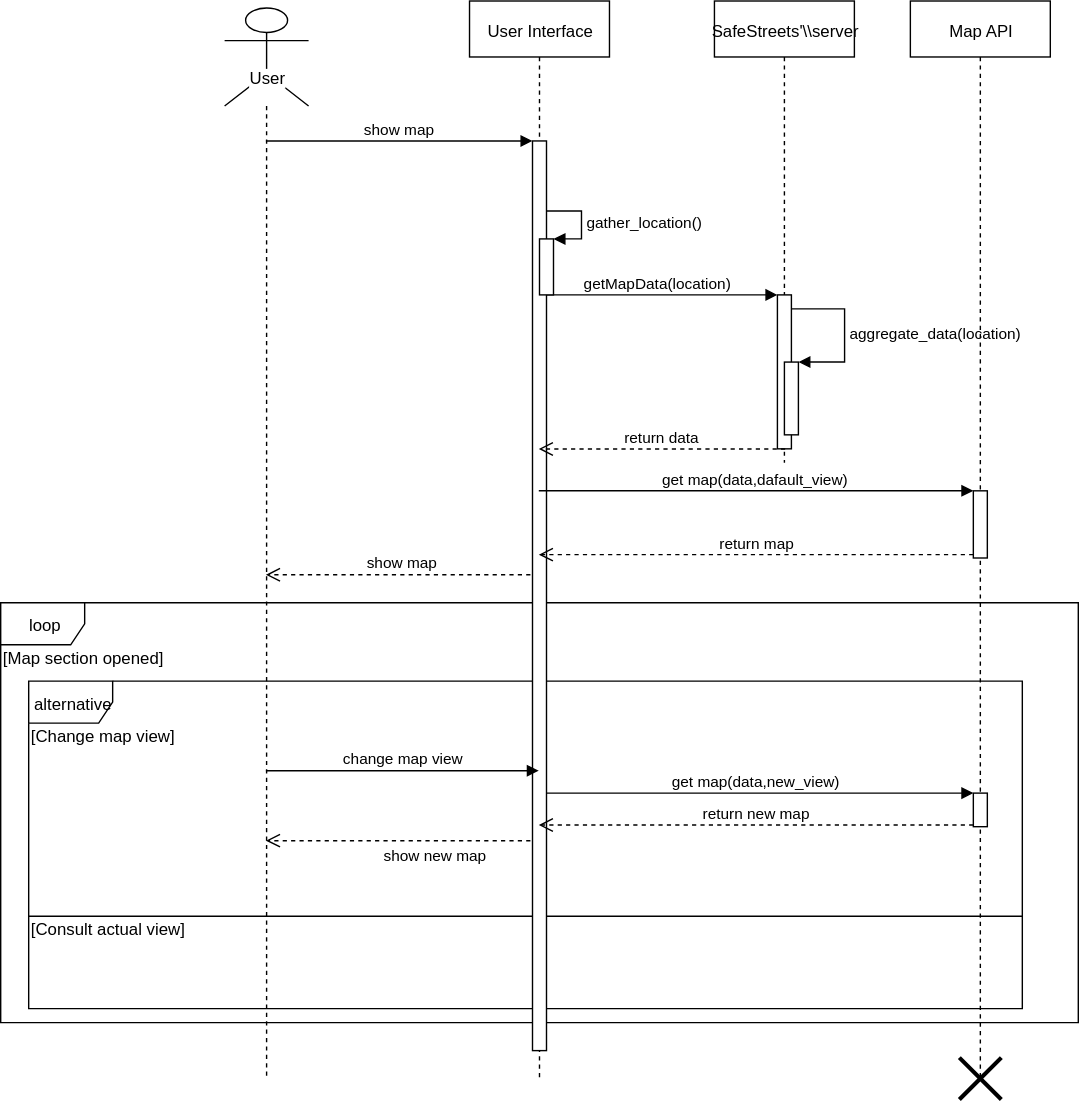
University-Projects-Secco/RahbariSecco keeps this draw.io diagram as UML/Map_statistics_sequence_diagram.svg. Above is the earlier version. Source tidied: cells renumbered, new cells last; positions are measured from the earlier drawing's top-left corner, leaving out a move shared by most shapes.
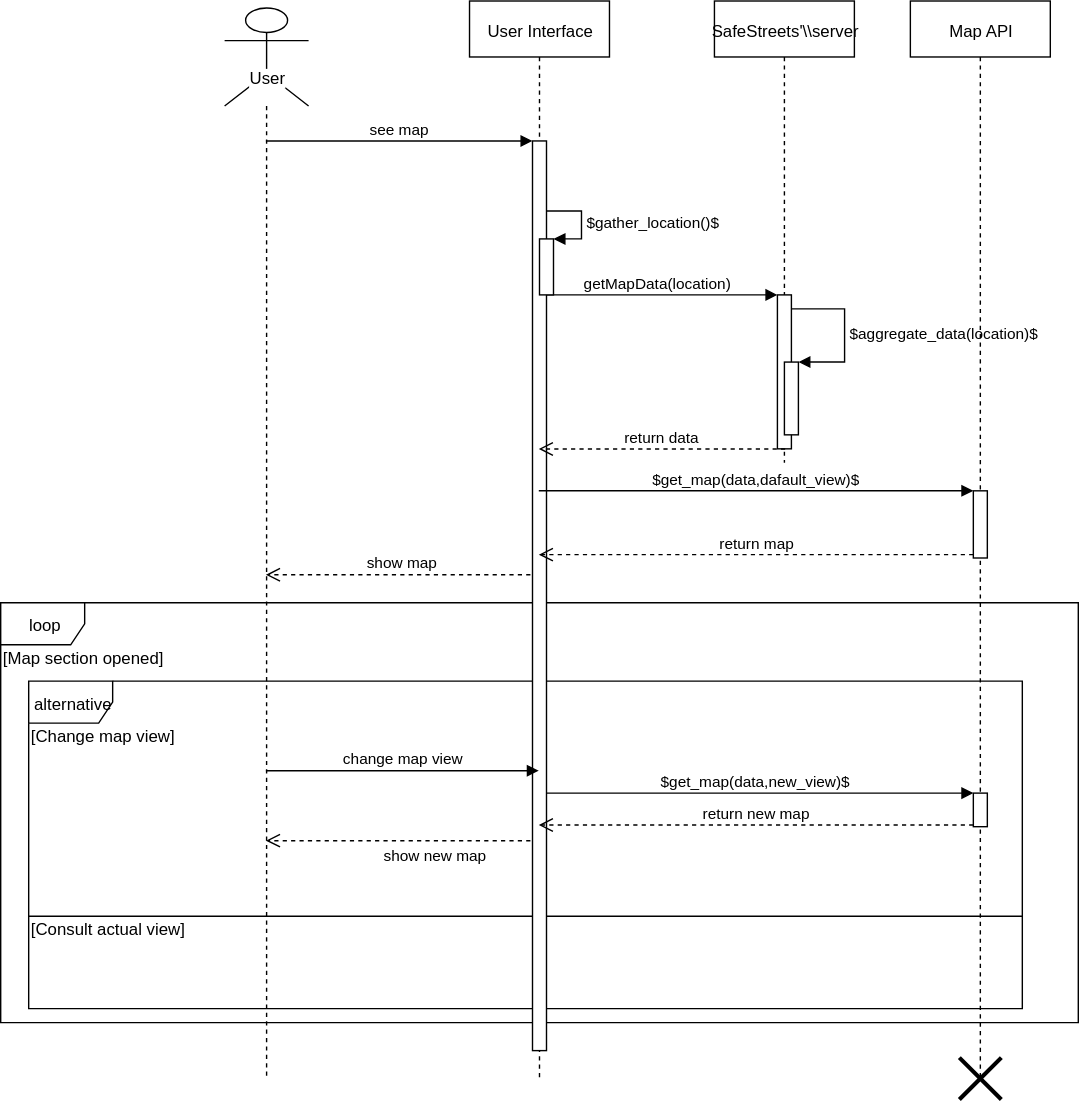
Later version of the same file.

What changed in the source:
```diff
@@ -2,7 +2,13 @@
   <root>
     <mxCell id="0" />
     <mxCell id="1" parent="0" />
+    <mxCell id="6" value="loop" style="shape=umlFrame;whiteSpace=wrap;html=1;" parent="1" vertex="1">
+      <mxGeometry y="430" width="770" height="300" as="geometry" />
+    </mxCell>
+    <mxCell id="7" value="alternative" style="shape=umlFrame;whiteSpace=wrap;html=1;" parent="1" vertex="1">
+      <mxGeometry x="20" y="486" width="710" height="234" as="geometry" />
+    </mxCell>
-    <mxCell id="2" value="get map(data,new_view)" style="html=1;verticalAlign=bottom;endArrow=block;entryX=0;entryY=0;" parent="1" edge="1" target="21">
+    <mxCell id="2" value="$get_map(data,new_view)$" style="html=1;verticalAlign=bottom;endArrow=block;entryX=0;entryY=0;" parent="1" edge="1" target="21">
       <mxGeometry relative="1" as="geometry">
         <mxPoint x="384.5" y="566" as="sourcePoint" />
       </mxGeometry>
@@ -24,19 +30,13 @@
         </Array>
       </mxGeometry>
     </mxCell>
-    <mxCell id="6" value="loop" style="shape=umlFrame;whiteSpace=wrap;html=1;" parent="1" vertex="1">
-      <mxGeometry y="430" width="770" height="300" as="geometry" />
-    </mxCell>
-    <mxCell id="7" value="alternative" style="shape=umlFrame;whiteSpace=wrap;html=1;" parent="1" vertex="1">
-      <mxGeometry x="20" y="486" width="710" height="234" as="geometry" />
-    </mxCell>
     <mxCell id="8" value="SafeStreets'\\server" style="shape=umlLifeline;perimeter=lifelinePerimeter;whiteSpace=wrap;html=1;" parent="1" vertex="1">
       <mxGeometry x="510" width="100" height="330" as="geometry" />
     </mxCell>
     <mxCell id="9" style="html=1;points=[];perimeter=orthogonalPerimeter;" parent="8" vertex="1">
       <mxGeometry x="45" y="210" width="10" height="110" as="geometry" />
     </mxCell>
-    <mxCell id="10" value="aggregate_data(location)" style="edgeStyle=orthogonalEdgeStyle;html=1;align=left;spacingLeft=2;endArrow=block;rounded=0;entryX=1;entryY=0;" parent="8" edge="1" target="11">
+    <mxCell id="10" value="$aggregate_data(location)$" style="edgeStyle=orthogonalEdgeStyle;html=1;align=left;spacingLeft=2;endArrow=block;rounded=0;entryX=1;entryY=0;" parent="8" edge="1" target="11">
       <mxGeometry relative="1" as="geometry">
         <mxPoint x="55" y="220" as="sourcePoint" />
         <Array as="points">
@@ -60,7 +60,7 @@
     <mxCell id="15" style="html=1;points=[];perimeter=orthogonalPerimeter;" parent="13" vertex="1">
       <mxGeometry x="50" y="170" width="10" height="40" as="geometry" />
     </mxCell>
-    <mxCell id="16" value="gather_location()" style="edgeStyle=orthogonalEdgeStyle;html=1;align=left;spacingLeft=2;endArrow=block;rounded=0;entryX=1;entryY=0;" parent="13" edge="1" target="15">
+    <mxCell id="16" value="$gather_location()$" style="edgeStyle=orthogonalEdgeStyle;html=1;align=left;spacingLeft=2;endArrow=block;rounded=0;entryX=1;entryY=0;" parent="13" edge="1" target="15">
       <mxGeometry relative="1" as="geometry">
         <mxPoint x="55" y="150" as="sourcePoint" />
         <Array as="points">
@@ -71,7 +71,7 @@
     <mxCell id="17" value="User" style="shape=umlLifeline;participant=umlActor;perimeter=lifelinePerimeter;whiteSpace=wrap;html=1;verticalAlign=top;spacingTop=36;labelBackgroundColor=#ffffff;outlineConnect=0;size=70;" parent="1" vertex="1">
       <mxGeometry x="160" y="5" width="60" height="765" as="geometry" />
     </mxCell>
-    <mxCell id="18" value="show map" style="html=1;verticalAlign=bottom;endArrow=block;entryX=0;entryY=0;" parent="1" edge="1" source="17" target="14">
+    <mxCell id="18" value="see map" style="html=1;verticalAlign=bottom;endArrow=block;entryX=0;entryY=0;" parent="1" edge="1" source="17" target="14">
       <mxGeometry relative="1" as="geometry" />
     </mxCell>
     <mxCell id="19" value="Map API" style="shape=umlLifeline;perimeter=lifelinePerimeter;whiteSpace=wrap;html=1;" parent="1" vertex="1">
@@ -89,7 +89,7 @@
     <mxCell id="23" value="return data" style="html=1;verticalAlign=bottom;endArrow=open;dashed=1;endSize=8;exitX=0.555;exitY=1.001;exitDx=0;exitDy=0;exitPerimeter=0;" parent="1" edge="1" source="9" target="13">
       <mxGeometry relative="1" as="geometry" />
     </mxCell>
-    <mxCell id="24" value="get map(data,dafault_view)" style="html=1;verticalAlign=bottom;endArrow=block;entryX=0;entryY=0;" parent="1" edge="1" source="13" target="20">
+    <mxCell id="24" value="$get_map(data,dafault_view)$" style="html=1;verticalAlign=bottom;endArrow=block;entryX=0;entryY=0;" parent="1" edge="1" source="13" target="20">
       <mxGeometry relative="1" as="geometry" />
     </mxCell>
     <mxCell id="25" value="return map" style="html=1;verticalAlign=bottom;endArrow=open;dashed=1;endSize=8;exitX=0;exitY=0.95;" parent="1" edge="1" source="20" target="13">
```
